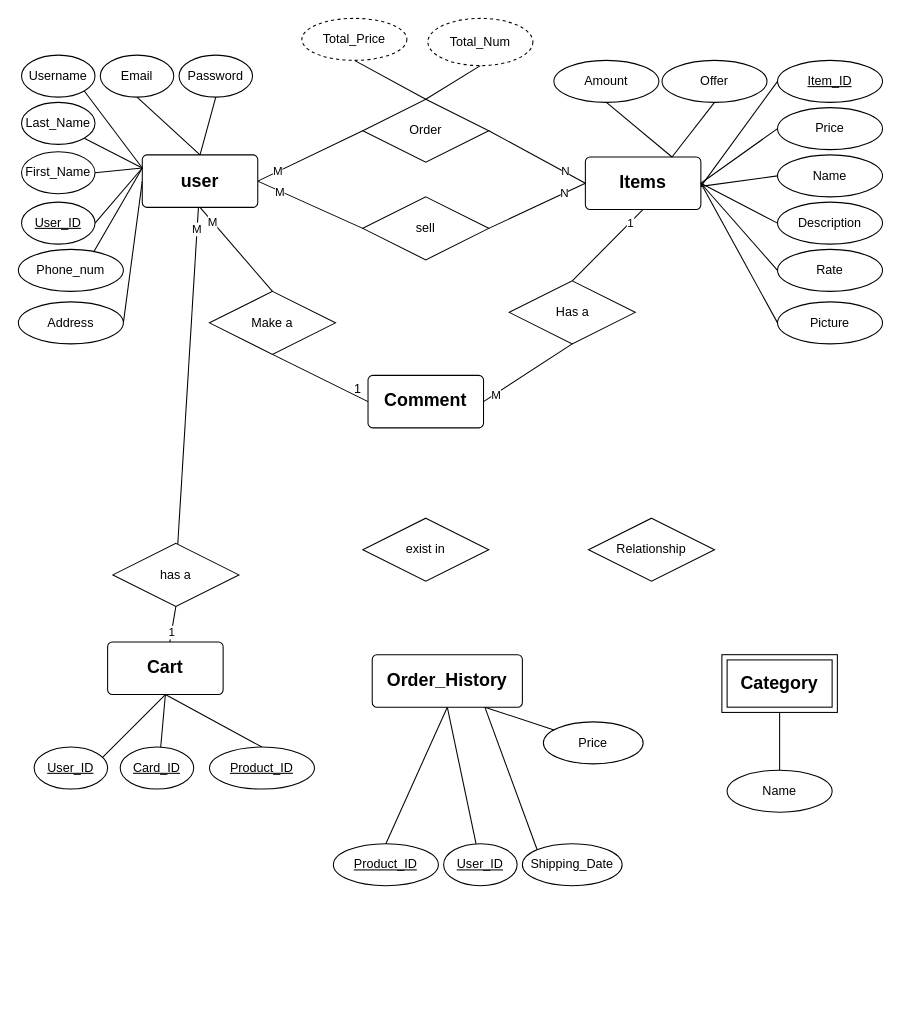
This is digrams/ERD-Digram.drawio from khaledkaram510/SWE-project, a draw.io file, before an edit. Source tidied: cells renumbered, new cells numbered last; positions are measured from the earlier drawing's top-left corner, leaving out a move shared by most shapes. Both pictures are drawn from the tidied source at 105%, with x=0, y=0 at pixel (18, 18).
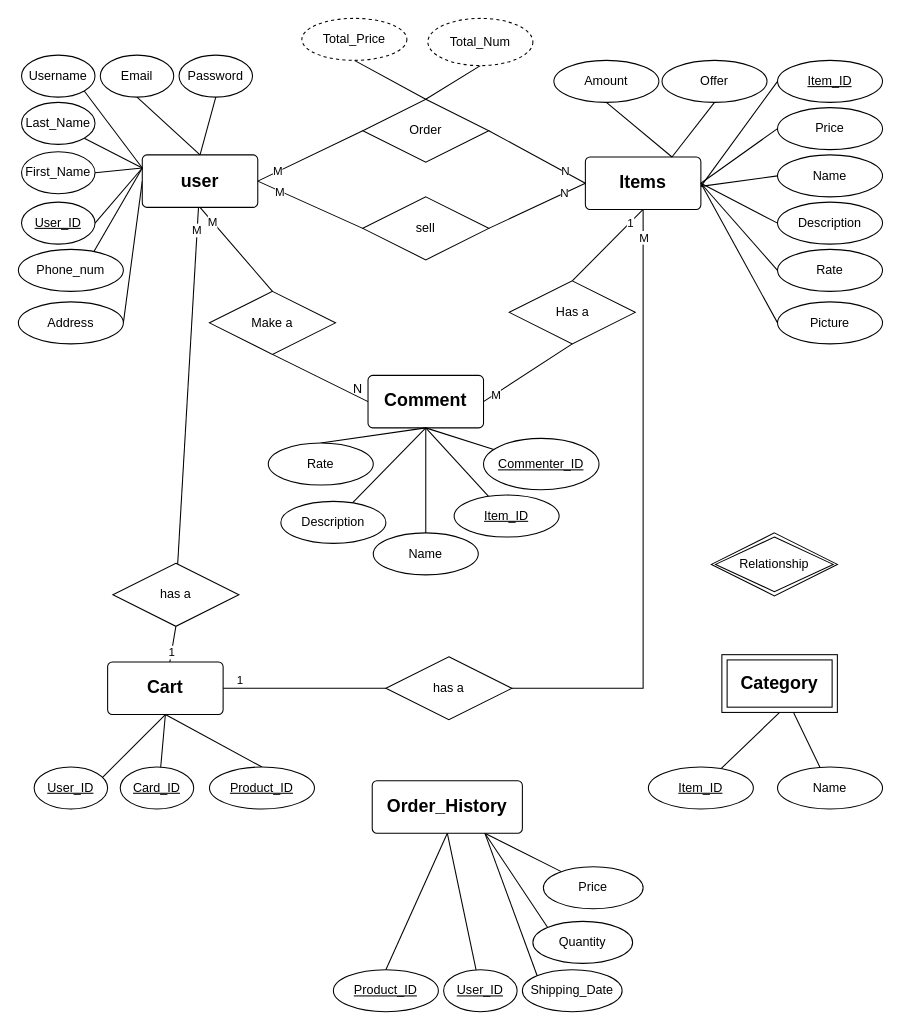
The same diagram, later.

The change refers to these unchanged cells:
```xml
<mxCell id="25" value="&lt;font style=&quot;font-size: 17px;&quot;&gt;&lt;b&gt;Items&lt;/b&gt;&lt;/font&gt;" style="rounded=1;arcSize=9;whiteSpace=wrap;html=1;align=center;" parent="1" vertex="1">
  <mxGeometry x="540" y="132" width="110" height="50" as="geometry" />
</mxCell>
<mxCell id="34" value="&lt;font style=&quot;font-size: 17px;&quot;&gt;&lt;b&gt;Category&lt;/b&gt;&lt;/font&gt;" style="shape=ext;margin=3;double=1;whiteSpace=wrap;html=1;align=center;" parent="1" vertex="1">
  <mxGeometry x="670" y="606" width="110" height="55" as="geometry" />
</mxCell>
<mxCell id="80" value="&lt;div&gt;&lt;font style=&quot;font-size: 17px;&quot;&gt;&lt;b&gt;Comment&lt;/b&gt;&lt;/font&gt;&lt;/div&gt;" style="rounded=1;arcSize=9;whiteSpace=wrap;html=1;align=center;" parent="1" vertex="1">
  <mxGeometry x="333" y="340" width="110" height="50" as="geometry" />
</mxCell>
```

What changed in the source:
```diff
@@
+    <mxCell id="87" style="edgeStyle=orthogonalEdgeStyle;rounded=0;jettySize=auto;html=1;exitX=0.5;exitY=1;exitDx=0;exitDy=0;entryX=1;entryY=0.5;entryDx=0;entryDy=0;endArrow=none;endFill=0;" parent="1" edge="1" source="25" target="68">
+      <mxGeometry relative="1" as="geometry" />
+    </mxCell>
+    <mxCell id="88" value="M" style="edgeLabel;html=1;align=center;verticalAlign=middle;" parent="87" vertex="1">
+      <mxGeometry x="-0.78" relative="1" as="geometry">
+        <mxPoint y="-38" as="offset" />
+      </mxGeometry>
+    </mxCell>
@@
     <mxCell id="26" value="&lt;div&gt;&lt;font style=&quot;font-size: 17px;&quot;&gt;&lt;b&gt;Cart&lt;/b&gt;&lt;/font&gt;&lt;/div&gt;" style="rounded=1;arcSize=9;whiteSpace=wrap;html=1;align=center;" parent="1" vertex="1">
-      <mxGeometry x="85" y="594" width="110" height="50" as="geometry" />
+      <mxGeometry x="85" y="613" width="110" height="50" as="geometry" />
     </mxCell>
@@
     <mxCell id="28" value="&lt;div&gt;&lt;u&gt;User_ID&lt;/u&gt;&lt;/div&gt;" style="ellipse;whiteSpace=wrap;html=1;align=center;" parent="1" vertex="1">
-      <mxGeometry x="15" y="694" width="70" height="40" as="geometry" />
+      <mxGeometry x="15" y="713" width="70" height="40" as="geometry" />
     </mxCell>
@@
     <mxCell id="30" value="&lt;div&gt;&lt;u&gt;Card_ID&lt;/u&gt;&lt;/div&gt;" style="ellipse;whiteSpace=wrap;html=1;align=center;" parent="1" vertex="1">
-      <mxGeometry x="97" y="694" width="70" height="40" as="geometry" />
+      <mxGeometry x="97" y="713" width="70" height="40" as="geometry" />
     </mxCell>
@@
     <mxCell id="32" value="&lt;div&gt;&lt;u&gt;Product_ID&lt;/u&gt;&lt;/div&gt;" style="ellipse;whiteSpace=wrap;html=1;align=center;" parent="1" vertex="1">
-      <mxGeometry x="182" y="694" width="100" height="40" as="geometry" />
+      <mxGeometry x="182" y="713" width="100" height="40" as="geometry" />
     </mxCell>
@@
+    <mxCell id="89" style="rounded=0;jettySize=auto;html=1;exitX=0.5;exitY=1;exitDx=0;exitDy=0;endArrow=none;endFill=0;" parent="1" edge="1" source="34" target="104">
+      <mxGeometry relative="1" as="geometry" />
+    </mxCell>
@@
     <mxCell id="48" value="Name" style="ellipse;whiteSpace=wrap;html=1;align=center;" parent="1" vertex="1">
-      <mxGeometry x="675" y="716" width="100" height="40" as="geometry" />
+      <mxGeometry x="723" y="713" width="100" height="40" as="geometry" />
     </mxCell>
@@
     <mxCell id="67" value="has a" style="shape=rhombus;perimeter=rhombusPerimeter;whiteSpace=wrap;html=1;align=center;" parent="1" vertex="1">
-      <mxGeometry x="90" y="500" width="120" height="60" as="geometry" />
+      <mxGeometry x="90" y="519" width="120" height="60" as="geometry" />
     </mxCell>
+    <mxCell id="90" style="edgeStyle=orthogonalEdgeStyle;rounded=0;jettySize=auto;html=1;exitX=0;exitY=0.5;exitDx=0;exitDy=0;entryX=1;entryY=0.5;entryDx=0;entryDy=0;endArrow=none;endFill=0;" parent="1" edge="1" source="68" target="26">
+      <mxGeometry relative="1" as="geometry" />
+    </mxCell>
+    <mxCell id="91" value="1" style="edgeLabel;html=1;align=center;verticalAlign=middle;" parent="90" vertex="1">
+      <mxGeometry x="0.75" relative="1" as="geometry">
+        <mxPoint x="-4" y="-9" as="offset" />
+      </mxGeometry>
+    </mxCell>
-    <mxCell id="68" value="exist in" style="shape=rhombus;perimeter=rhombusPerimeter;whiteSpace=wrap;html=1;align=center;" parent="1" vertex="1">
-      <mxGeometry x="328" y="476" width="120" height="60" as="geometry" />
+    <mxCell id="68" value="has a" style="shape=rhombus;perimeter=rhombusPerimeter;whiteSpace=wrap;html=1;align=center;" parent="1" vertex="1">
+      <mxGeometry x="350" y="608" width="120" height="60" as="geometry" />
     </mxCell>
-    <mxCell id="69" value="Relationship" style="shape=rhombus;perimeter=rhombusPerimeter;whiteSpace=wrap;html=1;align=center;" parent="1" vertex="1">
-      <mxGeometry x="543" y="476" width="120" height="60" as="geometry" />
-    </mxCell>
@@
+    <mxCell id="92" style="rounded=0;jettySize=auto;html=1;exitX=0.75;exitY=1;exitDx=0;exitDy=0;entryX=0;entryY=0;entryDx=0;entryDy=0;endArrow=none;endFill=0;" parent="1" edge="1" source="74" target="93">
+      <mxGeometry relative="1" as="geometry" />
+    </mxCell>
     <mxCell id="74" value="&lt;div&gt;&lt;font style=&quot;font-size: 17px;&quot;&gt;&lt;b&gt;Order_History&lt;br&gt;&lt;/b&gt;&lt;/font&gt;&lt;/div&gt;" style="rounded=1;arcSize=9;whiteSpace=wrap;html=1;align=center;" parent="1" vertex="1">
-      <mxGeometry x="337" y="606" width="143" height="50" as="geometry" />
+      <mxGeometry x="337" y="726" width="143" height="50" as="geometry" />
     </mxCell>
     <mxCell id="75" value="&lt;div&gt;&lt;u&gt;Product_ID&lt;/u&gt;&lt;/div&gt;" style="ellipse;whiteSpace=wrap;html=1;align=center;" parent="1" vertex="1">
-      <mxGeometry x="300" y="786" width="100" height="40" as="geometry" />
+      <mxGeometry x="300" y="906" width="100" height="40" as="geometry" />
     </mxCell>
     <mxCell id="76" value="&lt;div&gt;&lt;u&gt;User_ID&lt;/u&gt;&lt;/div&gt;" style="ellipse;whiteSpace=wrap;html=1;align=center;" parent="1" vertex="1">
-      <mxGeometry x="405" y="786" width="70" height="40" as="geometry" />
+      <mxGeometry x="405" y="906" width="70" height="40" as="geometry" />
     </mxCell>
@@
     <mxCell id="78" value="Shipping_Date" style="ellipse;whiteSpace=wrap;html=1;align=center;" parent="1" vertex="1">
-      <mxGeometry x="480" y="786" width="95" height="40" as="geometry" />
+      <mxGeometry x="480" y="906" width="95" height="40" as="geometry" />
     </mxCell>
     <mxCell id="79" value="Price" style="ellipse;whiteSpace=wrap;html=1;align=center;" parent="1" vertex="1">
-      <mxGeometry x="500" y="670" width="95" height="40" as="geometry" />
+      <mxGeometry x="500" y="808" width="95" height="40" as="geometry" />
     </mxCell>
@@
-    <mxCell id="86" value="1" style="text;html=1;align=center;verticalAlign=middle;strokeColor=none;fillColor=none;" parent="1" vertex="1">
+    <mxCell id="86" value="N" style="text;html=1;align=center;verticalAlign=middle;strokeColor=none;fillColor=none;" parent="1" vertex="1">
       <mxGeometry x="308" y="338" width="30" height="30" as="geometry" />
     </mxCell>
+    <mxCell id="93" value="Quantity" style="ellipse;whiteSpace=wrap;html=1;align=center;" parent="1" vertex="1">
+      <mxGeometry x="490" y="860" width="95" height="40" as="geometry" />
+    </mxCell>
+    <mxCell id="94" style="rounded=0;jettySize=auto;html=1;exitX=0.5;exitY=0;exitDx=0;exitDy=0;entryX=0.5;entryY=1;entryDx=0;entryDy=0;endArrow=none;endFill=0;" parent="1" edge="1" source="95" target="80">
+      <mxGeometry relative="1" as="geometry" />
+    </mxCell>
+    <mxCell id="95" value="Rate" style="ellipse;whiteSpace=wrap;html=1;align=center;" parent="1" vertex="1">
+      <mxGeometry x="238" y="404.5" width="100" height="40" as="geometry" />
+    </mxCell>
+    <mxCell id="96" style="rounded=0;jettySize=auto;html=1;exitX=0.5;exitY=0;exitDx=0;exitDy=0;entryX=0.5;entryY=1;entryDx=0;entryDy=0;endArrow=none;endFill=0;" parent="1" edge="1" source="97" target="80">
+      <mxGeometry relative="1" as="geometry" />
+    </mxCell>
+    <mxCell id="97" value="Name" style="ellipse;whiteSpace=wrap;html=1;align=center;" parent="1" vertex="1">
+      <mxGeometry x="338" y="490" width="100" height="40" as="geometry" />
+    </mxCell>
+    <mxCell id="98" style="rounded=0;jettySize=auto;html=1;entryX=0.5;entryY=1;entryDx=0;entryDy=0;endArrow=none;endFill=0;" parent="1" edge="1" source="99" target="80">
+      <mxGeometry relative="1" as="geometry" />
+    </mxCell>
+    <mxCell id="99" value="&lt;div&gt;&lt;u&gt;Commenter_ID&lt;/u&gt;&lt;/div&gt;" style="ellipse;whiteSpace=wrap;html=1;align=center;" parent="1" vertex="1">
+      <mxGeometry x="443" y="400" width="110" height="49" as="geometry" />
+    </mxCell>
+    <mxCell id="100" style="rounded=0;jettySize=auto;html=1;entryX=0.5;entryY=1;entryDx=0;entryDy=0;endArrow=none;endFill=0;" parent="1" edge="1" source="101" target="80">
+      <mxGeometry relative="1" as="geometry" />
+    </mxCell>
+    <mxCell id="101" value="&lt;div&gt;&lt;u&gt;Item_ID&lt;/u&gt;&lt;/div&gt;" style="ellipse;whiteSpace=wrap;html=1;align=center;" parent="1" vertex="1">
+      <mxGeometry x="415" y="454" width="100" height="40" as="geometry" />
+    </mxCell>
+    <mxCell id="102" style="rounded=0;jettySize=auto;html=1;entryX=0.5;entryY=1;entryDx=0;entryDy=0;endArrow=none;endFill=0;" parent="1" edge="1" source="103" target="80">
+      <mxGeometry relative="1" as="geometry" />
+    </mxCell>
+    <mxCell id="103" value="&lt;div&gt;Description&lt;/div&gt;" style="ellipse;whiteSpace=wrap;html=1;align=center;" parent="1" vertex="1">
+      <mxGeometry x="250" y="460" width="100" height="40" as="geometry" />
+    </mxCell>
+    <mxCell id="69" value="Relationship" style="shape=rhombus;double=1;perimeter=rhombusPerimeter;whiteSpace=wrap;html=1;align=center;" parent="1" vertex="1">
+      <mxGeometry x="660" y="490" width="120" height="60" as="geometry" />
+    </mxCell>
+    <mxCell id="104" value="&lt;div&gt;&lt;u&gt;Item_ID&lt;/u&gt;&lt;/div&gt;" style="ellipse;whiteSpace=wrap;html=1;align=center;" parent="1" vertex="1">
+      <mxGeometry x="600" y="713" width="100" height="40" as="geometry" />
+    </mxCell>
```
